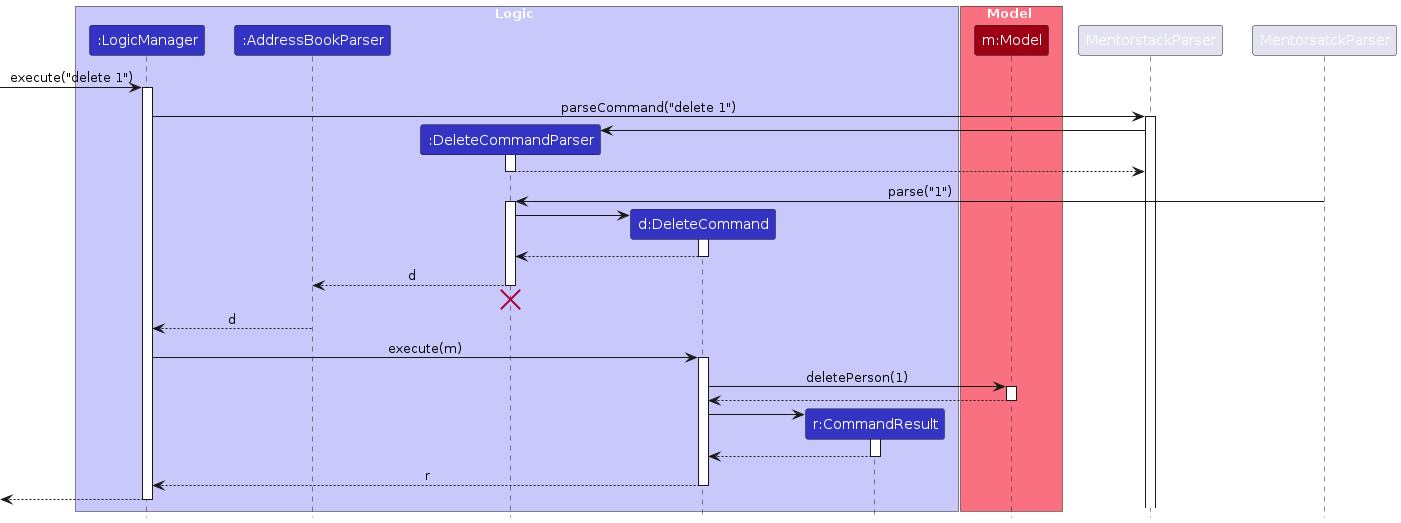
Above: diagrams/DeleteSequenceDiagram.png in AY2425S2-CS2103-W11-1/tp (PlantUML), before the change. Its source is kept beside it as diagrams/DeleteSequenceDiagram.puml.
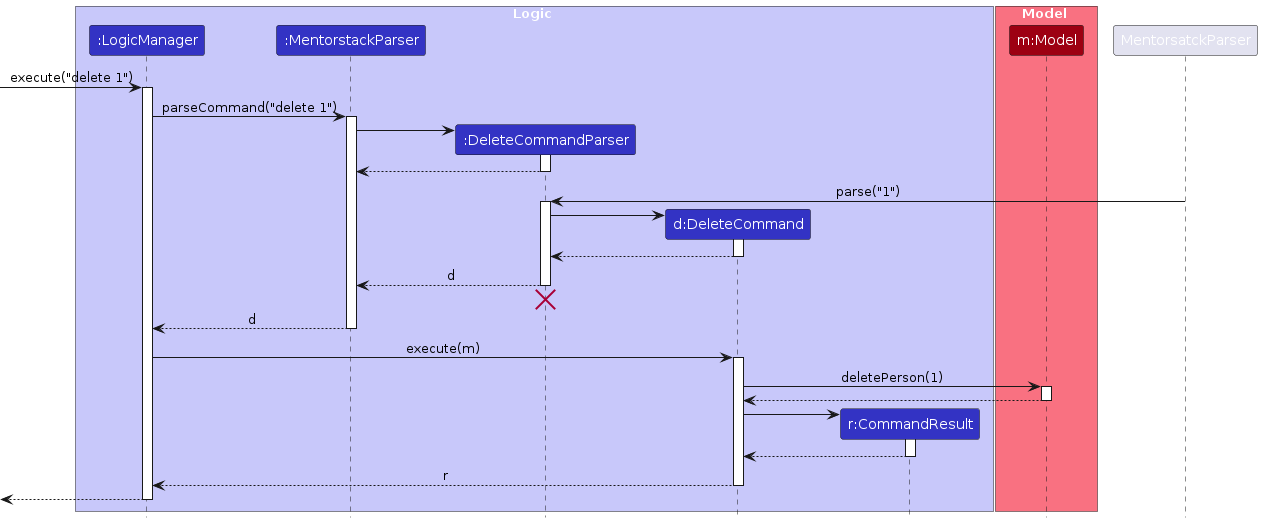
After the commit.

The edit, as a diff of the source:
```diff
@@ -4,7 +4,7 @@
 
 box Logic LOGIC_COLOR_T1
 participant ":LogicManager" as LogicManager LOGIC_COLOR
-participant ":AddressBookParser" as AddressBookParser LOGIC_COLOR
+participant ":MentorstackParser" as MentorstackParser LOGIC_COLOR
 participant ":DeleteCommandParser" as DeleteCommandParser LOGIC_COLOR
 participant "d:DeleteCommand" as DeleteCommand LOGIC_COLOR
 participant "r:CommandResult" as CommandResult LOGIC_COLOR
@@ -37,13 +37,13 @@
 DeleteCommand --> DeleteCommandParser :
 deactivate DeleteCommand
 
-DeleteCommandParser --> AddressBookParser : d
+DeleteCommandParser --> MentorstackParser : d
 deactivate DeleteCommandParser
-DeleteCommandParser -[hidden]-> AddressBookParser
+DeleteCommandParser -[hidden]-> MentorstackParser
 destroy DeleteCommandParser
 
-AddressBookParser --> LogicManager : d
-deactivate AddressBookParser
+MentorstackParser --> LogicManager : d
+deactivate MentorstackParser
 
 LogicManager -> DeleteCommand : execute(m)
 activate DeleteCommand
```
